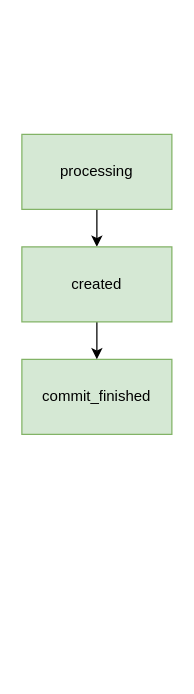
Above: page "a2-pp-deletion" (2 of 2) of Untitled Diagram.drawio in rotemhas/drawio (draw.io), before the change. Source tidied: cells renumbered, new cells numbered last; positions are measured from the earlier drawing's top-left corner, leaving out a move shared by most shapes. Both pictures are drawn from the tidied source at 125%, with x=0, y=0 at pixel (21, 134).
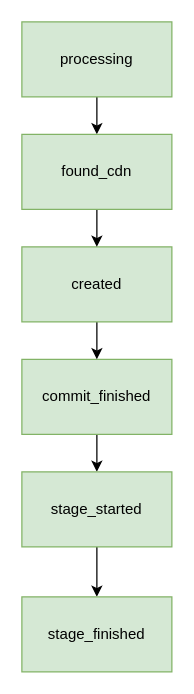
The same page after the edit.

The edit, as a diff of the source:
```diff
@@
 <mxGraphModel>
   <root>
     <mxCell id="0" />
     <mxCell id="1" parent="0" />
-    <mxCell id="2" style="edgeStyle=orthogonalEdgeStyle;rounded=0;jettySize=auto;html=1;exitX=0.5;exitY=1;exitDx=0;exitDy=0;entryX=0.5;entryY=0;entryDx=0;entryDy=0;" parent="1" edge="1" source="3" target="6">
-      <mxGeometry relative="1" as="geometry" />
-    </mxCell>
+    <mxCell id="7" style="edgeStyle=orthogonalEdgeStyle;rounded=0;jettySize=auto;html=1;exitX=0.5;exitY=1;exitDx=0;exitDy=0;entryX=0.5;entryY=0;entryDx=0;entryDy=0;" parent="1" edge="1" source="3" target="13">
+      <mxGeometry relative="1" as="geometry" />
+    </mxCell>
     <mxCell id="3" value="processing" style="rounded=0;whiteSpace=wrap;html=1;fillColor=#d5e8d4;strokeColor=#82b366;" parent="1" vertex="1">
-      <mxGeometry width="120" height="60" as="geometry" />
+      <mxGeometry y="-90" width="120" height="60" as="geometry" />
     </mxCell>
+    <mxCell id="8" style="edgeStyle=orthogonalEdgeStyle;rounded=0;jettySize=auto;html=1;exitX=0.5;exitY=1;exitDx=0;exitDy=0;entryX=0.5;entryY=0;entryDx=0;entryDy=0;" parent="1" edge="1" source="4" target="10">
+      <mxGeometry relative="1" as="geometry" />
+    </mxCell>
     <mxCell id="4" value="commit_finished" style="rounded=0;whiteSpace=wrap;html=1;fillColor=#d5e8d4;strokeColor=#82b366;" parent="1" vertex="1">
       <mxGeometry y="180" width="120" height="60" as="geometry" />
     </mxCell>
     <mxCell id="5" style="edgeStyle=orthogonalEdgeStyle;rounded=0;jettySize=auto;html=1;exitX=0.5;exitY=1;exitDx=0;exitDy=0;entryX=0.5;entryY=0;entryDx=0;entryDy=0;" parent="1" edge="1" source="6" target="4">
       <mxGeometry relative="1" as="geometry" />
     </mxCell>
     <mxCell id="6" value="created" style="rounded=0;whiteSpace=wrap;html=1;fillColor=#d5e8d4;strokeColor=#82b366;" parent="1" vertex="1">
       <mxGeometry y="90" width="120" height="60" as="geometry" />
     </mxCell>
+    <mxCell id="9" style="edgeStyle=orthogonalEdgeStyle;rounded=0;jettySize=auto;html=1;exitX=0.5;exitY=1;exitDx=0;exitDy=0;entryX=0.5;entryY=0;entryDx=0;entryDy=0;" parent="1" edge="1" source="10" target="11">
+      <mxGeometry relative="1" as="geometry" />
+    </mxCell>
+    <mxCell id="10" value="stage_started" style="rounded=0;whiteSpace=wrap;html=1;fillColor=#d5e8d4;strokeColor=#82b366;" parent="1" vertex="1">
+      <mxGeometry y="270" width="120" height="60" as="geometry" />
+    </mxCell>
+    <mxCell id="11" value="stage_finished" style="rounded=0;whiteSpace=wrap;html=1;fillColor=#d5e8d4;strokeColor=#82b366;" parent="1" vertex="1">
+      <mxGeometry y="370" width="120" height="60" as="geometry" />
+    </mxCell>
+    <mxCell id="12" style="edgeStyle=orthogonalEdgeStyle;rounded=0;jettySize=auto;html=1;exitX=0.5;exitY=1;exitDx=0;exitDy=0;entryX=0.5;entryY=0;entryDx=0;entryDy=0;" parent="1" edge="1" source="13" target="6">
+      <mxGeometry relative="1" as="geometry" />
+    </mxCell>
+    <mxCell id="13" value="found_cdn" style="rounded=0;whiteSpace=wrap;html=1;fillColor=#d5e8d4;strokeColor=#82b366;" parent="1" vertex="1">
+      <mxGeometry width="120" height="60" as="geometry" />
+    </mxCell>
   </root>
 </mxGraphModel>
```
